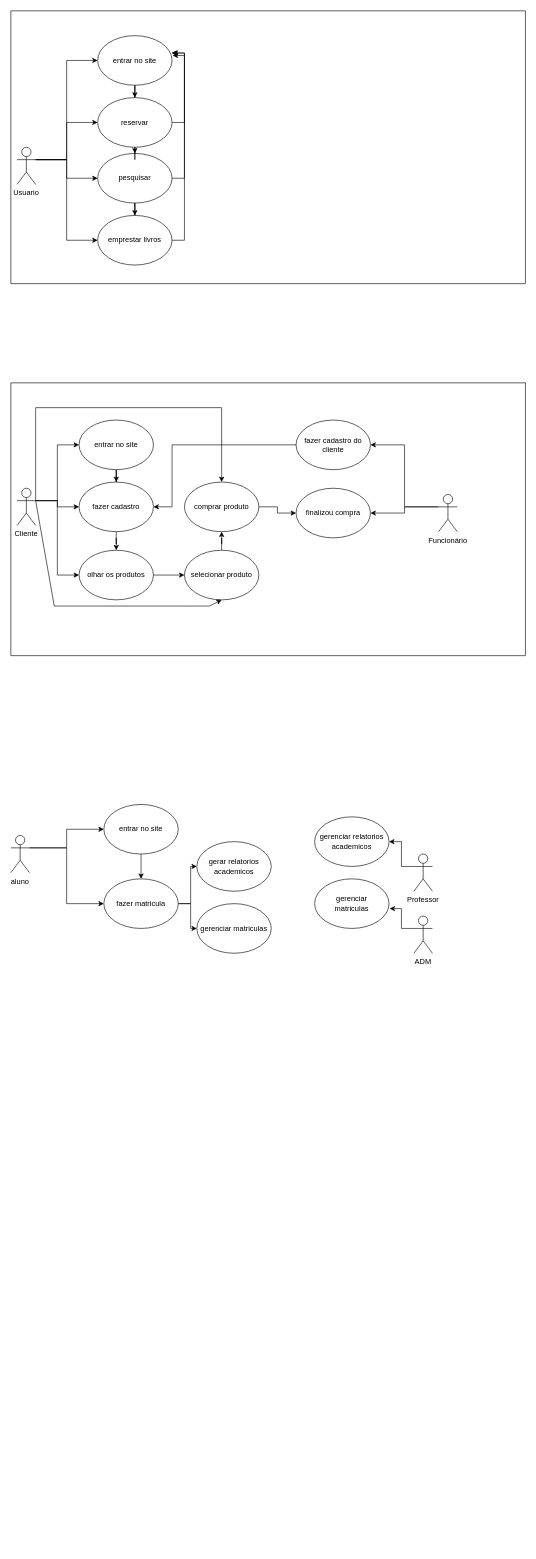
The draw.io diagram Diagrama sem nome.drawio in VTS2/boot, before the edit. Source tidied: cells renumbered, new cells numbered last; positions are measured from the earlier drawing's top-left corner, leaving out a move shared by most shapes. Both pictures are drawn from the tidied source at 62%, with x=0, y=0 at pixel (11, 11).
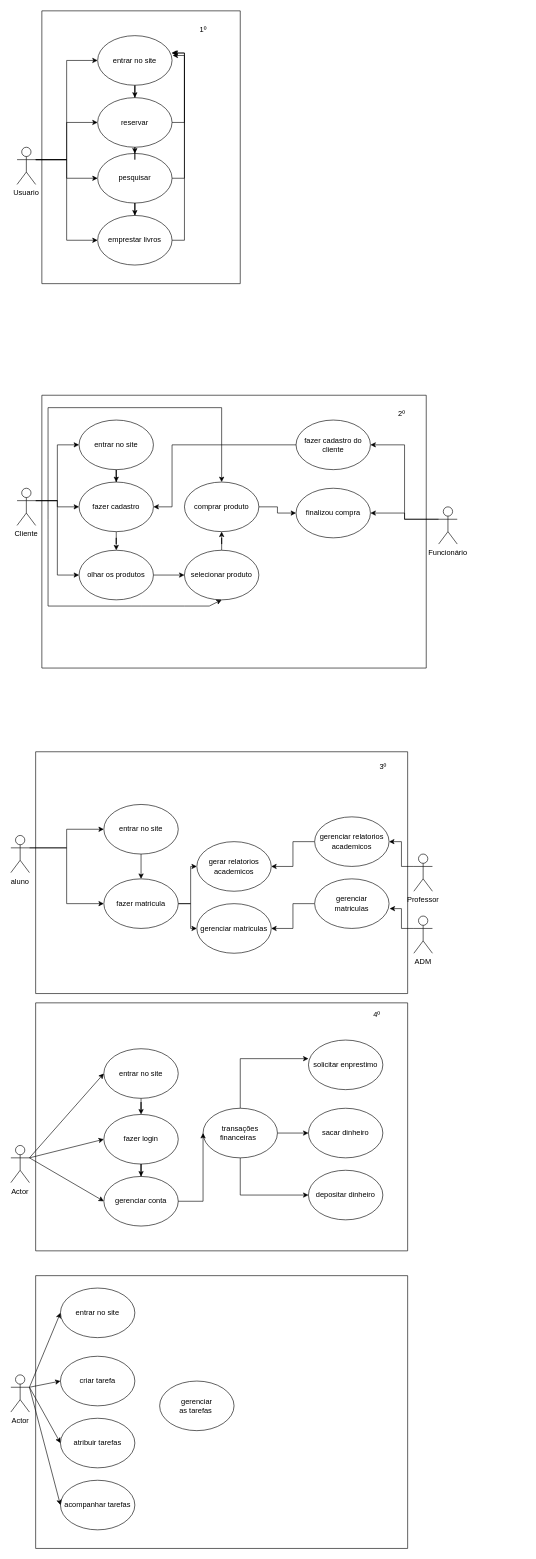
After the change.

The change refers to these unchanged cells:
```xml
<mxCell id="20" value="Cliente" style="shape=umlActor;verticalLabelPosition=bottom;verticalAlign=top;outlineConnect=0;" parent="1" vertex="1">
  <mxGeometry x="10" y="770" width="30" height="60" as="geometry" />
</mxCell>
<mxCell id="28" value="selecionar produto" style="ellipse;whiteSpace=wrap;html=1;" parent="1" vertex="1">
  <mxGeometry x="280" y="870" width="120" height="80" as="geometry" />
</mxCell>
<mxCell id="31" value="comprar produto" style="ellipse;whiteSpace=wrap;html=1;" parent="1" vertex="1">
  <mxGeometry x="280" y="760" width="120" height="80" as="geometry" />
</mxCell>
<mxCell id="53" value="gerenciar matriculas" style="ellipse;whiteSpace=wrap;html=1;" parent="1" vertex="1">
  <mxGeometry x="300" y="1440" width="120" height="80" as="geometry" />
</mxCell>
<mxCell id="54" value="gerar relatorios&lt;br&gt;academicos" style="ellipse;whiteSpace=wrap;html=1;" parent="1" vertex="1">
  <mxGeometry x="300" y="1340" width="120" height="80" as="geometry" />
</mxCell>
<mxCell id="55" value="gerenciar relatorios&lt;br style=&quot;border-color: var(--border-color);&quot;&gt;academicos" style="ellipse;whiteSpace=wrap;html=1;" parent="1" vertex="1">
  <mxGeometry x="490" y="1300" width="120" height="80" as="geometry" />
</mxCell>
<mxCell id="56" value="gerenciar&lt;br&gt;matriculas" style="ellipse;whiteSpace=wrap;html=1;" parent="1" vertex="1">
  <mxGeometry x="490" y="1400" width="120" height="80" as="geometry" />
</mxCell>
```

Change to the diagram source:
```diff
@@
-    <mxCell id="36" style="endArrow=classic;html=1;rounded=0;entryX=0.5;entryY=0;entryDx=0;entryDy=0;exitX=1;exitY=0.3333333333333333;exitDx=0;exitDy=0;exitPerimeter=0;" parent="1" edge="1" source="20" target="31">
+    <mxCell id="36" style="endArrow=classic;html=1;rounded=0;entryX=0.5;entryY=0;entryDx=0;entryDy=0;" parent="1" edge="1" target="31">
       <mxGeometry relative="1" as="geometry">
+        <mxPoint x="60" y="790" as="sourcePoint" />
         <Array as="points">
-          <mxPoint x="40" y="640" />
+          <mxPoint x="60" y="640" />
           <mxPoint x="340" y="640" />
         </Array>
       </mxGeometry>
     </mxCell>
-    <mxCell id="37" style="endArrow=classic;html=1;rounded=0;entryX=0.5;entryY=1;entryDx=0;entryDy=0;exitX=1;exitY=0.3333333333333333;exitDx=0;exitDy=0;exitPerimeter=0;" parent="1" edge="1" source="20" target="28">
+    <mxCell id="37" style="endArrow=classic;html=1;rounded=0;entryX=0.5;entryY=1;entryDx=0;entryDy=0;" parent="1" edge="1" target="28">
       <mxGeometry relative="1" as="geometry">
+        <mxPoint x="60" y="790" as="sourcePoint" />
         <Array as="points">
-          <mxPoint x="70" y="960" />
+          <mxPoint x="60" y="820" />
+          <mxPoint x="60" y="960" />
           <mxPoint x="210" y="960" />
           <mxPoint x="280" y="960" />
           <mxPoint x="320" y="960" />
         </Array>
       </mxGeometry>
     </mxCell>
     <mxCell id="38" style="swimlane;startSize=0;" parent="1" vertex="1">
-      <mxGeometry y="600" width="830" height="440" as="geometry" />
+      <mxGeometry x="50" y="620" width="620" height="440" as="geometry" />
     </mxCell>
-    <mxCell id="39" value="Funcionário" style="shape=umlActor;verticalLabelPosition=bottom;verticalAlign=top;outlineConnect=0;" parent="38" vertex="1">
-      <mxGeometry x="690" y="180" width="30" height="60" as="geometry" />
-    </mxCell>
     <mxCell id="40" style="swimlane;startSize=0;" parent="1" vertex="1">
-      <mxGeometry width="830" height="440" as="geometry" />
+      <mxGeometry x="50" width="320" height="440" as="geometry" />
     </mxCell>
@@
+    <mxCell id="57" style="edgeStyle=orthogonalEdgeStyle;rounded=0;jettySize=auto;html=1;exitX=0;exitY=0.5;exitDx=0;exitDy=0;entryX=1;entryY=0.5;entryDx=0;entryDy=0;" parent="1" edge="1" source="55" target="54">
+      <mxGeometry relative="1" as="geometry" />
+    </mxCell>
@@
+    <mxCell id="58" style="edgeStyle=orthogonalEdgeStyle;rounded=0;jettySize=auto;html=1;exitX=0;exitY=0.5;exitDx=0;exitDy=0;entryX=1;entryY=0.5;entryDx=0;entryDy=0;" parent="1" edge="1" source="56" target="53">
+      <mxGeometry relative="1" as="geometry" />
+    </mxCell>
@@
+    <mxCell id="59" style="swimlane;startSize=0;" parent="1" vertex="1">
+      <mxGeometry x="40" y="1195" width="600" height="390" as="geometry" />
+    </mxCell>
+    <mxCell id="60" value="Actor" style="shape=umlActor;verticalLabelPosition=bottom;verticalAlign=top;outlineConnect=0;" parent="1" vertex="1">
+      <mxGeometry y="1830" width="30" height="60" as="geometry" />
+    </mxCell>
+    <mxCell id="61" style="edgeStyle=orthogonalEdgeStyle;rounded=0;jettySize=auto;html=1;" parent="1" edge="1" source="62" target="64">
+      <mxGeometry relative="1" as="geometry" />
+    </mxCell>
+    <mxCell id="62" value="entrar no site" style="ellipse;whiteSpace=wrap;html=1;" parent="1" vertex="1">
+      <mxGeometry x="150" y="1674" width="120" height="80" as="geometry" />
+    </mxCell>
+    <mxCell id="63" style="edgeStyle=orthogonalEdgeStyle;rounded=0;jettySize=auto;html=1;" parent="1" edge="1" source="64" target="68">
+      <mxGeometry relative="1" as="geometry" />
+    </mxCell>
+    <mxCell id="64" value="fazer login" style="ellipse;whiteSpace=wrap;html=1;" parent="1" vertex="1">
+      <mxGeometry x="150" y="1780" width="120" height="80" as="geometry" />
+    </mxCell>
+    <mxCell id="65" value="depositar dinheiro" style="ellipse;whiteSpace=wrap;html=1;" parent="1" vertex="1">
+      <mxGeometry x="480" y="1870" width="120" height="80" as="geometry" />
+    </mxCell>
+    <mxCell id="66" value="sacar dinheiro" style="ellipse;whiteSpace=wrap;html=1;" parent="1" vertex="1">
+      <mxGeometry x="480" y="1770" width="120" height="80" as="geometry" />
+    </mxCell>
+    <mxCell id="67" value="solicitar enprestimo" style="ellipse;whiteSpace=wrap;html=1;" parent="1" vertex="1">
+      <mxGeometry x="480" y="1660" width="120" height="80" as="geometry" />
+    </mxCell>
+    <mxCell id="68" value="gerenciar conta" style="ellipse;whiteSpace=wrap;html=1;" parent="1" vertex="1">
+      <mxGeometry x="150" y="1880" width="120" height="80" as="geometry" />
+    </mxCell>
+    <mxCell id="69" style="endArrow=classic;html=1;rounded=0;entryX=0;entryY=0.5;entryDx=0;entryDy=0;exitX=1;exitY=0.3333333333333333;exitDx=0;exitDy=0;exitPerimeter=0;" parent="1" edge="1" source="60" target="62">
+      <mxGeometry relative="1" as="geometry" />
+    </mxCell>
+    <mxCell id="39" value="Funcionário" style="shape=umlActor;verticalLabelPosition=bottom;verticalAlign=top;outlineConnect=0;" parent="1" vertex="1">
+      <mxGeometry x="690" y="800" width="30" height="60" as="geometry" />
+    </mxCell>
+    <mxCell id="70" style="edgeStyle=orthogonalEdgeStyle;rounded=0;jettySize=auto;html=1;" parent="1" edge="1" source="73" target="66">
+      <mxGeometry relative="1" as="geometry" />
+    </mxCell>
+    <mxCell id="71" style="edgeStyle=orthogonalEdgeStyle;rounded=0;jettySize=auto;html=1;exitX=0.5;exitY=0;exitDx=0;exitDy=0;entryX=0;entryY=0.375;entryDx=0;entryDy=0;entryPerimeter=0;" parent="1" edge="1" source="73" target="67">
+      <mxGeometry relative="1" as="geometry" />
+    </mxCell>
+    <mxCell id="72" style="edgeStyle=orthogonalEdgeStyle;rounded=0;jettySize=auto;html=1;exitX=0.5;exitY=1;exitDx=0;exitDy=0;entryX=0;entryY=0.5;entryDx=0;entryDy=0;" parent="1" edge="1" source="73" target="65">
+      <mxGeometry relative="1" as="geometry" />
+    </mxCell>
+    <mxCell id="73" value="transações financeiras&amp;nbsp;&amp;nbsp;" style="ellipse;whiteSpace=wrap;html=1;" parent="1" vertex="1">
+      <mxGeometry x="310" y="1770" width="120" height="80" as="geometry" />
+    </mxCell>
+    <mxCell id="74" style="endArrow=classic;html=1;rounded=0;entryX=0;entryY=0.5;entryDx=0;entryDy=0;exitX=1;exitY=0.5;exitDx=0;exitDy=0;" parent="1" edge="1" source="68" target="73">
+      <mxGeometry relative="1" as="geometry">
+        <Array as="points">
+          <mxPoint x="310" y="1920" />
+        </Array>
+      </mxGeometry>
+    </mxCell>
+    <mxCell id="75" style="endArrow=classic;html=1;rounded=0;entryX=0;entryY=0.5;entryDx=0;entryDy=0;exitX=1;exitY=0.3333333333333333;exitDx=0;exitDy=0;exitPerimeter=0;" parent="1" edge="1" source="60" target="64">
+      <mxGeometry relative="1" as="geometry" />
+    </mxCell>
+    <mxCell id="76" style="endArrow=classic;html=1;rounded=0;entryX=0;entryY=0.5;entryDx=0;entryDy=0;" parent="1" edge="1" target="68">
+      <mxGeometry relative="1" as="geometry">
+        <mxPoint x="30" y="1850" as="sourcePoint" />
+      </mxGeometry>
+    </mxCell>
+    <mxCell id="77" style="swimlane;startSize=0;" parent="1" vertex="1">
+      <mxGeometry x="40" y="1600" width="600" height="400" as="geometry" />
+    </mxCell>
+    <mxCell id="78" value="1º" style="text;html=1;align=center;verticalAlign=middle;strokeColor=none;fillColor=none;" parent="1" vertex="1">
+      <mxGeometry x="295" y="15" width="30" height="30" as="geometry" />
+    </mxCell>
+    <mxCell id="79" value="2º" style="text;html=1;align=center;verticalAlign=middle;strokeColor=none;fillColor=none;" parent="1" vertex="1">
+      <mxGeometry x="615" y="635" width="30" height="30" as="geometry" />
+    </mxCell>
+    <mxCell id="80" value="3º" style="text;html=1;align=center;verticalAlign=middle;strokeColor=none;fillColor=none;" parent="1" vertex="1">
+      <mxGeometry x="585" y="1205" width="30" height="30" as="geometry" />
+    </mxCell>
+    <mxCell id="81" value="4º" style="text;html=1;align=center;verticalAlign=middle;strokeColor=none;fillColor=none;" parent="1" vertex="1">
+      <mxGeometry x="575" y="1605" width="30" height="30" as="geometry" />
+    </mxCell>
+    <mxCell id="82" value="Actor" style="shape=umlActor;verticalLabelPosition=bottom;verticalAlign=top;html=1;outlineConnect=0;" parent="1" vertex="1">
+      <mxGeometry y="2200" width="30" height="60" as="geometry" />
+    </mxCell>
+    <mxCell id="83" style="swimlane;startSize=0;" parent="1" vertex="1">
+      <mxGeometry x="40" y="2040" width="600" height="440" as="geometry" />
+    </mxCell>
+    <mxCell id="84" value="entrar no site" style="ellipse;whiteSpace=wrap;html=1;" parent="83" vertex="1">
+      <mxGeometry x="40" y="20" width="120" height="80" as="geometry" />
+    </mxCell>
+    <mxCell id="85" value="criar tarefa" style="ellipse;whiteSpace=wrap;html=1;" parent="83" vertex="1">
+      <mxGeometry x="40" y="130" width="120" height="80" as="geometry" />
+    </mxCell>
+    <mxCell id="86" value="atribuir tarefas" style="ellipse;whiteSpace=wrap;html=1;" parent="83" vertex="1">
+      <mxGeometry x="40" y="230" width="120" height="80" as="geometry" />
+    </mxCell>
+    <mxCell id="87" value="acompanhar tarefas" style="ellipse;whiteSpace=wrap;html=1;" parent="83" vertex="1">
+      <mxGeometry x="40" y="330" width="120" height="80" as="geometry" />
+    </mxCell>
+    <mxCell id="88" value="gerenciar&lt;br&gt;as tarefas&amp;nbsp;" style="ellipse;whiteSpace=wrap;html=1;" parent="83" vertex="1">
+      <mxGeometry x="200" y="170" width="120" height="80" as="geometry" />
+    </mxCell>
+    <mxCell id="89" style="endArrow=classic;html=1;rounded=0;entryX=0;entryY=0.5;entryDx=0;entryDy=0;exitX=1;exitY=0.3333333333333333;exitDx=0;exitDy=0;exitPerimeter=0;" parent="1" edge="1" source="82" target="84">
+      <mxGeometry relative="1" as="geometry" />
+    </mxCell>
+    <mxCell id="90" style="endArrow=classic;html=1;rounded=0;entryX=0;entryY=0.5;entryDx=0;entryDy=0;exitX=1;exitY=0.3333333333333333;exitDx=0;exitDy=0;exitPerimeter=0;" parent="1" edge="1" source="82" target="85">
+      <mxGeometry relative="1" as="geometry" />
+    </mxCell>
+    <mxCell id="91" style="endArrow=classic;html=1;rounded=0;entryX=0;entryY=0.5;entryDx=0;entryDy=0;" parent="1" edge="1" target="86">
+      <mxGeometry relative="1" as="geometry">
+        <mxPoint x="30" y="2220" as="sourcePoint" />
+      </mxGeometry>
+    </mxCell>
+    <mxCell id="92" style="endArrow=classic;html=1;rounded=0;entryX=0;entryY=0.5;entryDx=0;entryDy=0;" parent="1" edge="1" target="87">
+      <mxGeometry relative="1" as="geometry">
+        <mxPoint x="30" y="2220" as="sourcePoint" />
+      </mxGeometry>
+    </mxCell>
```
